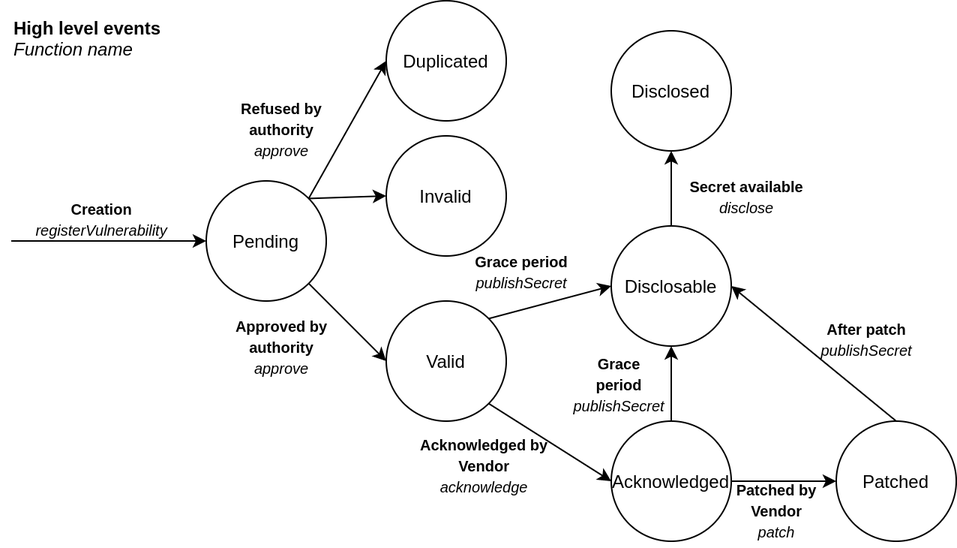
SOFIE-project/ARD-Implementation keeps this draw.io diagram as public ledger/images/StateMachine.png. Above is the earlier version. Source tidied: cells renumbered, new cells last; positions are measured from the earlier drawing's top-left corner, leaving out a move shared by most shapes. Source of this version:
```xml
<mxGraphModel>
  <root>
    <mxCell id="0" />
    <mxCell id="1" parent="0" />
    <mxCell id="2" value="Pending" style="ellipse;whiteSpace=wrap;html=1;" parent="1" vertex="1">
      <mxGeometry x="130" y="120" width="80" height="80" as="geometry" />
    </mxCell>
    <mxCell id="3" value="Invalid" style="ellipse;whiteSpace=wrap;html=1;" parent="1" vertex="1">
      <mxGeometry x="250" y="90" width="80" height="80" as="geometry" />
    </mxCell>
    <mxCell id="4" value="Valid" style="ellipse;whiteSpace=wrap;html=1;" parent="1" vertex="1">
      <mxGeometry x="250" y="200" width="80" height="80" as="geometry" />
    </mxCell>
    <mxCell id="5" value="Acknowledged" style="ellipse;whiteSpace=wrap;html=1;" parent="1" vertex="1">
      <mxGeometry x="400" y="280" width="80" height="80" as="geometry" />
    </mxCell>
    <mxCell id="6" value="Patched" style="ellipse;whiteSpace=wrap;html=1;" parent="1" vertex="1">
      <mxGeometry x="550" y="280" width="80" height="80" as="geometry" />
    </mxCell>
    <mxCell id="7" value="Disclosable" style="ellipse;whiteSpace=wrap;html=1;" parent="1" vertex="1">
      <mxGeometry x="400" y="150" width="80" height="80" as="geometry" />
    </mxCell>
    <mxCell id="8" style="endArrow=classic;html=1;exitX=1;exitY=0;exitDx=0;exitDy=0;entryX=0;entryY=0.5;entryDx=0;entryDy=0;" parent="1" edge="1" source="2" target="3">
      <mxGeometry relative="1" as="geometry" />
    </mxCell>
    <mxCell id="9" style="endArrow=classic;html=1;exitX=1;exitY=1;exitDx=0;exitDy=0;entryX=0;entryY=0.5;entryDx=0;entryDy=0;" parent="1" edge="1" source="2" target="4">
      <mxGeometry relative="1" as="geometry" />
    </mxCell>
    <mxCell id="10" style="endArrow=classic;html=1;entryX=0;entryY=0.5;entryDx=0;entryDy=0;" parent="1" edge="1" target="2">
      <mxGeometry relative="1" as="geometry">
        <mxPoint y="160" as="sourcePoint" />
      </mxGeometry>
    </mxCell>
    <mxCell id="11" style="endArrow=classic;html=1;exitX=1;exitY=0;exitDx=0;exitDy=0;entryX=0;entryY=0.5;entryDx=0;entryDy=0;" parent="1" edge="1" source="4" target="7">
      <mxGeometry relative="1" as="geometry" />
    </mxCell>
    <mxCell id="12" style="endArrow=classic;html=1;exitX=1;exitY=1;exitDx=0;exitDy=0;entryX=0;entryY=0.5;entryDx=0;entryDy=0;" parent="1" edge="1" source="4" target="5">
      <mxGeometry relative="1" as="geometry" />
    </mxCell>
    <mxCell id="13" style="endArrow=classic;html=1;exitX=1;exitY=0.5;exitDx=0;exitDy=0;entryX=0;entryY=0.5;entryDx=0;entryDy=0;" parent="1" edge="1" source="5" target="6">
      <mxGeometry relative="1" as="geometry" />
    </mxCell>
    <mxCell id="14" style="endArrow=classic;html=1;exitX=0.5;exitY=0;exitDx=0;exitDy=0;entryX=0.5;entryY=1;entryDx=0;entryDy=0;" parent="1" edge="1" source="5" target="7">
      <mxGeometry relative="1" as="geometry" />
    </mxCell>
    <mxCell id="15" style="endArrow=classic;html=1;exitX=0.5;exitY=0;exitDx=0;exitDy=0;entryX=1;entryY=0.5;entryDx=0;entryDy=0;" parent="1" edge="1" source="6" target="7">
      <mxGeometry relative="1" as="geometry" />
    </mxCell>
    <mxCell id="16" value="&lt;font style=&quot;font-size: 10px&quot;&gt;&lt;b&gt;Creation&lt;/b&gt;&lt;br&gt;&lt;i&gt;registerVulnerability&lt;/i&gt;&lt;/font&gt;" style="text;html=1;align=center;verticalAlign=middle;" parent="1" vertex="1">
      <mxGeometry x="10" y="125" width="100" height="40" as="geometry" />
    </mxCell>
    <mxCell id="17" value="&lt;font style=&quot;font-size: 10px&quot;&gt;&lt;b&gt;Refused by&lt;br&gt;authority&lt;/b&gt;&lt;br&gt;&lt;i&gt;approve&lt;/i&gt;&lt;/font&gt;" style="text;html=1;align=center;verticalAlign=middle;" parent="1" vertex="1">
      <mxGeometry x="145" y="60" width="70" height="50" as="geometry" />
    </mxCell>
    <mxCell id="18" value="&lt;font style=&quot;font-size: 10px&quot;&gt;&lt;b&gt;Approved by&lt;br&gt;authority&lt;/b&gt;&lt;br&gt;&lt;i&gt;approve&lt;/i&gt;&lt;/font&gt;" style="text;html=1;align=center;verticalAlign=middle;" parent="1" vertex="1">
      <mxGeometry x="140" y="205" width="80" height="50" as="geometry" />
    </mxCell>
    <mxCell id="19" value="&lt;font style=&quot;font-size: 10px&quot;&gt;&lt;b&gt;Acknowledged by&lt;br&gt;Vendor&lt;/b&gt;&lt;br&gt;&lt;i&gt;acknowledge&lt;/i&gt;&lt;/font&gt;" style="text;html=1;align=center;verticalAlign=middle;" parent="1" vertex="1">
      <mxGeometry x="265" y="284" width="100" height="50" as="geometry" />
    </mxCell>
    <mxCell id="20" value="&lt;font style=&quot;font-size: 10px&quot;&gt;&lt;b&gt;Patched by&lt;br&gt;Vendor&lt;/b&gt;&lt;/font&gt;&lt;br&gt;&lt;i&gt;&lt;span style=&quot;font-size: 10px&quot;&gt;patch&lt;/span&gt;&lt;/i&gt;" style="text;html=1;align=center;verticalAlign=middle;" parent="1" vertex="1">
      <mxGeometry x="475" y="314" width="70" height="50" as="geometry" />
    </mxCell>
    <mxCell id="21" value="&lt;font&gt;&lt;b style=&quot;font-size: 10px&quot;&gt;Grace period&lt;/b&gt;&lt;br&gt;&lt;span style=&quot;font-size: 10px&quot;&gt;&lt;i&gt;publishSecret&lt;/i&gt;&lt;/span&gt;&lt;br&gt;&lt;/font&gt;" style="text;html=1;align=center;verticalAlign=middle;" parent="1" vertex="1">
      <mxGeometry x="300" y="160" width="80" height="40" as="geometry" />
    </mxCell>
    <mxCell id="22" value="&lt;font&gt;&lt;b style=&quot;font-size: 10px&quot;&gt;Grace&lt;br&gt;period&lt;/b&gt;&lt;br&gt;&lt;span style=&quot;font-size: 10px&quot;&gt;&lt;i&gt;publishSecret&lt;/i&gt;&lt;/span&gt;&lt;br&gt;&lt;/font&gt;" style="text;html=1;align=center;verticalAlign=middle;" parent="1" vertex="1">
      <mxGeometry x="365" y="230" width="80" height="50" as="geometry" />
    </mxCell>
    <mxCell id="23" value="&lt;font&gt;&lt;b style=&quot;font-size: 10px&quot;&gt;After patch&lt;/b&gt;&lt;br&gt;&lt;span style=&quot;font-size: 10px&quot;&gt;&lt;i&gt;publishSecret&lt;/i&gt;&lt;/span&gt;&lt;br&gt;&lt;/font&gt;" style="text;html=1;align=center;verticalAlign=middle;" parent="1" vertex="1">
      <mxGeometry x="530" y="205" width="80" height="40" as="geometry" />
    </mxCell>
    <mxCell id="24" value="&lt;b&gt;High level events&lt;/b&gt;&lt;br&gt;&lt;i&gt;Function name&lt;/i&gt;" style="text;html=1;align=left;verticalAlign=middle;" parent="1" vertex="1">
      <mxGeometry y="10" width="110" height="30" as="geometry" />
    </mxCell>
    <mxCell id="25" value="Disclosed" style="ellipse;whiteSpace=wrap;html=1;" parent="1" vertex="1">
      <mxGeometry x="400" y="20" width="80" height="80" as="geometry" />
    </mxCell>
    <mxCell id="26" style="endArrow=classic;html=1;entryX=0.5;entryY=1;entryDx=0;entryDy=0;exitX=0.5;exitY=0;exitDx=0;exitDy=0;" parent="1" edge="1" source="7" target="25">
      <mxGeometry relative="1" as="geometry" />
    </mxCell>
    <mxCell id="27" value="&lt;font&gt;&lt;span style=&quot;font-size: 10px&quot;&gt;&lt;b&gt;Secret available&lt;br&gt;&lt;/b&gt;&lt;i&gt;disclose&lt;/i&gt;&lt;/span&gt;&lt;br&gt;&lt;/font&gt;" style="text;html=1;align=center;verticalAlign=middle;" parent="1" vertex="1">
      <mxGeometry x="445" y="110" width="90" height="40" as="geometry" />
    </mxCell>
    <mxCell id="28" value="Duplicated" style="ellipse;whiteSpace=wrap;html=1;" parent="1" vertex="1">
      <mxGeometry x="250" width="80" height="80" as="geometry" />
    </mxCell>
    <mxCell id="29" style="endArrow=classic;html=1;exitX=1;exitY=0;exitDx=0;exitDy=0;entryX=0;entryY=0.5;entryDx=0;entryDy=0;" parent="1" edge="1" source="2" target="28">
      <mxGeometry relative="1" as="geometry" />
    </mxCell>
  </root>
</mxGraphModel>
```
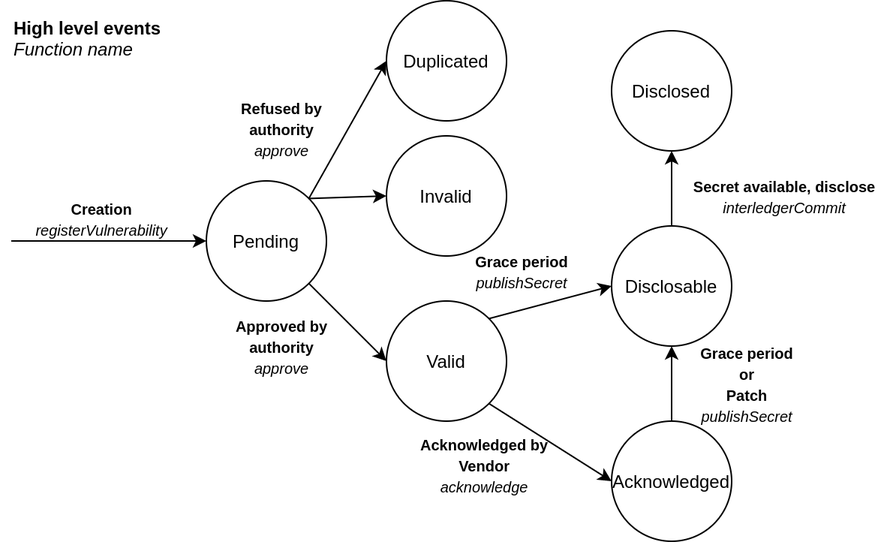
The same diagram one commit later.

Diff of the diagram source:
```diff
@@ -14,9 +14,6 @@
     <mxCell id="5" value="Acknowledged" style="ellipse;whiteSpace=wrap;html=1;" parent="1" vertex="1">
       <mxGeometry x="400" y="280" width="80" height="80" as="geometry" />
     </mxCell>
-    <mxCell id="6" value="Patched" style="ellipse;whiteSpace=wrap;html=1;" parent="1" vertex="1">
-      <mxGeometry x="550" y="280" width="80" height="80" as="geometry" />
-    </mxCell>
     <mxCell id="7" value="Disclosable" style="ellipse;whiteSpace=wrap;html=1;" parent="1" vertex="1">
       <mxGeometry x="400" y="150" width="80" height="80" as="geometry" />
     </mxCell>
@@ -26,26 +23,20 @@
     <mxCell id="9" style="endArrow=classic;html=1;exitX=1;exitY=1;exitDx=0;exitDy=0;entryX=0;entryY=0.5;entryDx=0;entryDy=0;" parent="1" edge="1" source="2" target="4">
       <mxGeometry relative="1" as="geometry" />
     </mxCell>
-    <mxCell id="10" style="endArrow=classic;html=1;entryX=0;entryY=0.5;entryDx=0;entryDy=0;" parent="1" edge="1" target="2">
-      <mxGeometry relative="1" as="geometry">
-        <mxPoint y="160" as="sourcePoint" />
-      </mxGeometry>
-    </mxCell>
+    <mxCell id="30" style="endArrow=classic;html=1;entryX=0;entryY=0.5;entryDx=0;entryDy=0;" parent="1" edge="1" target="2">
+      <mxGeometry relative="1" as="geometry">
+        <mxPoint y="160" as="sourcePoint" />
+      </mxGeometry>
+    </mxCell>
     <mxCell id="11" style="endArrow=classic;html=1;exitX=1;exitY=0;exitDx=0;exitDy=0;entryX=0;entryY=0.5;entryDx=0;entryDy=0;" parent="1" edge="1" source="4" target="7">
       <mxGeometry relative="1" as="geometry" />
     </mxCell>
     <mxCell id="12" style="endArrow=classic;html=1;exitX=1;exitY=1;exitDx=0;exitDy=0;entryX=0;entryY=0.5;entryDx=0;entryDy=0;" parent="1" edge="1" source="4" target="5">
       <mxGeometry relative="1" as="geometry" />
     </mxCell>
-    <mxCell id="13" style="endArrow=classic;html=1;exitX=1;exitY=0.5;exitDx=0;exitDy=0;entryX=0;entryY=0.5;entryDx=0;entryDy=0;" parent="1" edge="1" source="5" target="6">
-      <mxGeometry relative="1" as="geometry" />
-    </mxCell>
     <mxCell id="14" style="endArrow=classic;html=1;exitX=0.5;exitY=0;exitDx=0;exitDy=0;entryX=0.5;entryY=1;entryDx=0;entryDy=0;" parent="1" edge="1" source="5" target="7">
       <mxGeometry relative="1" as="geometry" />
     </mxCell>
-    <mxCell id="15" style="endArrow=classic;html=1;exitX=0.5;exitY=0;exitDx=0;exitDy=0;entryX=1;entryY=0.5;entryDx=0;entryDy=0;" parent="1" edge="1" source="6" target="7">
-      <mxGeometry relative="1" as="geometry" />
-    </mxCell>
     <mxCell id="16" value="&lt;font style=&quot;font-size: 10px&quot;&gt;&lt;b&gt;Creation&lt;/b&gt;&lt;br&gt;&lt;i&gt;registerVulnerability&lt;/i&gt;&lt;/font&gt;" style="text;html=1;align=center;verticalAlign=middle;" parent="1" vertex="1">
       <mxGeometry x="10" y="125" width="100" height="40" as="geometry" />
     </mxCell>
@@ -58,18 +49,12 @@
     <mxCell id="19" value="&lt;font style=&quot;font-size: 10px&quot;&gt;&lt;b&gt;Acknowledged by&lt;br&gt;Vendor&lt;/b&gt;&lt;br&gt;&lt;i&gt;acknowledge&lt;/i&gt;&lt;/font&gt;" style="text;html=1;align=center;verticalAlign=middle;" parent="1" vertex="1">
       <mxGeometry x="265" y="284" width="100" height="50" as="geometry" />
     </mxCell>
-    <mxCell id="20" value="&lt;font style=&quot;font-size: 10px&quot;&gt;&lt;b&gt;Patched by&lt;br&gt;Vendor&lt;/b&gt;&lt;/font&gt;&lt;br&gt;&lt;i&gt;&lt;span style=&quot;font-size: 10px&quot;&gt;patch&lt;/span&gt;&lt;/i&gt;" style="text;html=1;align=center;verticalAlign=middle;" parent="1" vertex="1">
-      <mxGeometry x="475" y="314" width="70" height="50" as="geometry" />
-    </mxCell>
     <mxCell id="21" value="&lt;font&gt;&lt;b style=&quot;font-size: 10px&quot;&gt;Grace period&lt;/b&gt;&lt;br&gt;&lt;span style=&quot;font-size: 10px&quot;&gt;&lt;i&gt;publishSecret&lt;/i&gt;&lt;/span&gt;&lt;br&gt;&lt;/font&gt;" style="text;html=1;align=center;verticalAlign=middle;" parent="1" vertex="1">
       <mxGeometry x="300" y="160" width="80" height="40" as="geometry" />
     </mxCell>
-    <mxCell id="22" value="&lt;font&gt;&lt;b style=&quot;font-size: 10px&quot;&gt;Grace&lt;br&gt;period&lt;/b&gt;&lt;br&gt;&lt;span style=&quot;font-size: 10px&quot;&gt;&lt;i&gt;publishSecret&lt;/i&gt;&lt;/span&gt;&lt;br&gt;&lt;/font&gt;" style="text;html=1;align=center;verticalAlign=middle;" parent="1" vertex="1">
-      <mxGeometry x="365" y="230" width="80" height="50" as="geometry" />
-    </mxCell>
-    <mxCell id="23" value="&lt;font&gt;&lt;b style=&quot;font-size: 10px&quot;&gt;After patch&lt;/b&gt;&lt;br&gt;&lt;span style=&quot;font-size: 10px&quot;&gt;&lt;i&gt;publishSecret&lt;/i&gt;&lt;/span&gt;&lt;br&gt;&lt;/font&gt;" style="text;html=1;align=center;verticalAlign=middle;" parent="1" vertex="1">
-      <mxGeometry x="530" y="205" width="80" height="40" as="geometry" />
-    </mxCell>
+    <mxCell id="31" value="&lt;font&gt;&lt;b style=&quot;font-size: 10px&quot;&gt;Grace period&lt;br&gt;or&lt;br&gt;Patch&lt;/b&gt;&lt;br&gt;&lt;span style=&quot;font-size: 10px&quot;&gt;&lt;i&gt;publishSecret&lt;/i&gt;&lt;/span&gt;&lt;br&gt;&lt;/font&gt;" style="text;html=1;align=center;verticalAlign=middle;" parent="1" vertex="1">
+      <mxGeometry x="450" y="220" width="80" height="70" as="geometry" />
+    </mxCell>
     <mxCell id="24" value="&lt;b&gt;High level events&lt;/b&gt;&lt;br&gt;&lt;i&gt;Function name&lt;/i&gt;" style="text;html=1;align=left;verticalAlign=middle;" parent="1" vertex="1">
       <mxGeometry y="10" width="110" height="30" as="geometry" />
     </mxCell>
@@ -79,9 +64,9 @@
     <mxCell id="26" style="endArrow=classic;html=1;entryX=0.5;entryY=1;entryDx=0;entryDy=0;exitX=0.5;exitY=0;exitDx=0;exitDy=0;" parent="1" edge="1" source="7" target="25">
       <mxGeometry relative="1" as="geometry" />
     </mxCell>
-    <mxCell id="27" value="&lt;font&gt;&lt;span style=&quot;font-size: 10px&quot;&gt;&lt;b&gt;Secret available&lt;br&gt;&lt;/b&gt;&lt;i&gt;disclose&lt;/i&gt;&lt;/span&gt;&lt;br&gt;&lt;/font&gt;" style="text;html=1;align=center;verticalAlign=middle;" parent="1" vertex="1">
-      <mxGeometry x="445" y="110" width="90" height="40" as="geometry" />
-    </mxCell>
+    <mxCell id="32" value="&lt;font&gt;&lt;span style=&quot;font-size: 10px&quot;&gt;&lt;b&gt;Secret available, disclose&lt;br&gt;&lt;/b&gt;&lt;/span&gt;&lt;span style=&quot;font-size: 10px&quot;&gt;&lt;i&gt;interledgerCommit&lt;/i&gt;&lt;/span&gt;&lt;br&gt;&lt;/font&gt;" style="text;html=1;align=center;verticalAlign=middle;" parent="1" vertex="1">
+      <mxGeometry x="445" y="110" width="140" height="40" as="geometry" />
+    </mxCell>
     <mxCell id="28" value="Duplicated" style="ellipse;whiteSpace=wrap;html=1;" parent="1" vertex="1">
       <mxGeometry x="250" width="80" height="80" as="geometry" />
     </mxCell>
```
